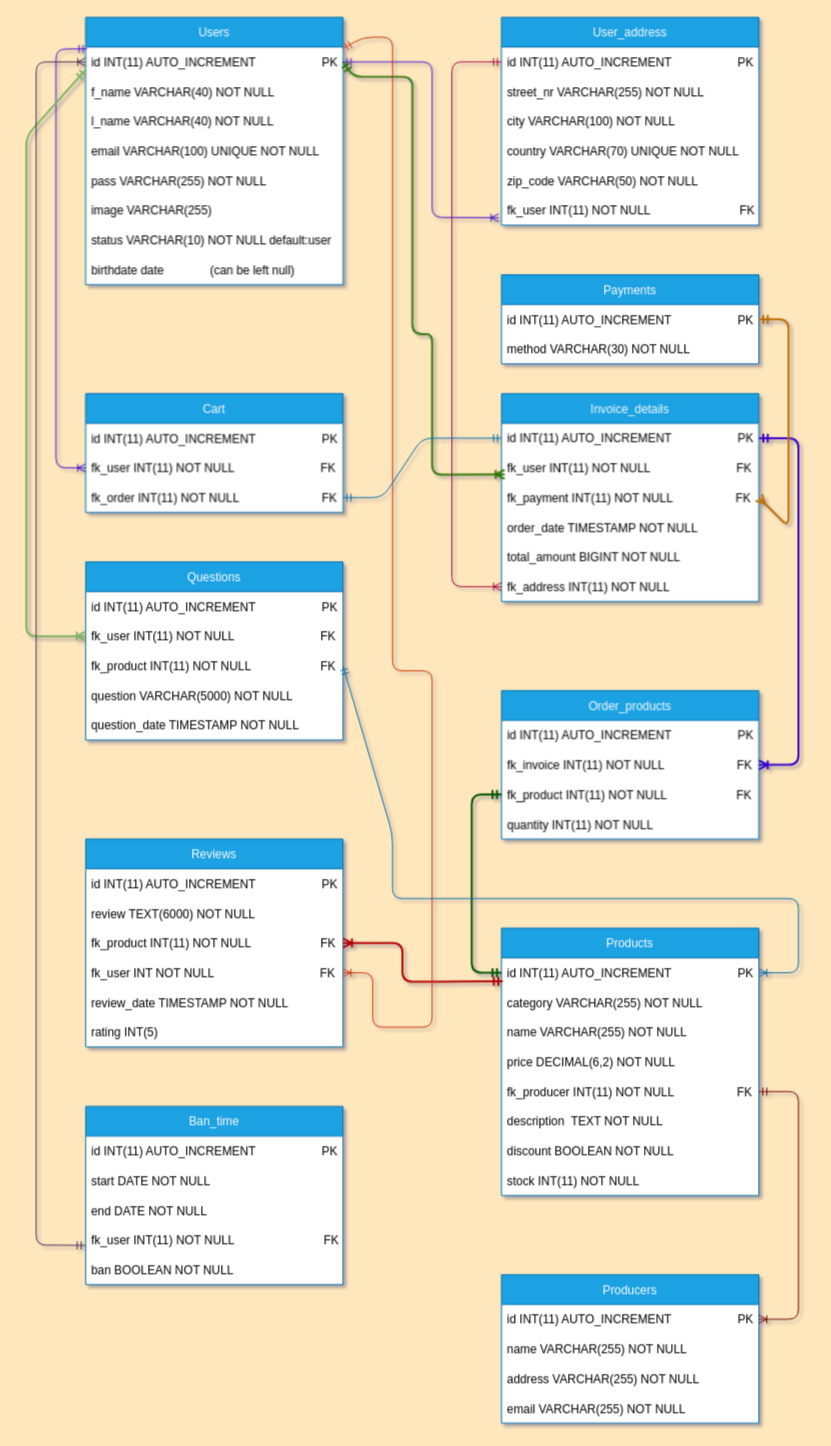
The draw.io diagram Convention/database.drawio in GHAZI-ALANZI/PHP-ECOMMIRCE, before the edit. Source tidied: cells renumbered, new cells numbered last; positions are measured from the earlier drawing's top-left corner, leaving out a move shared by most shapes. Both pictures are drawn from the tidied source at 99%, with x=0, y=0 at pixel (26, 17).
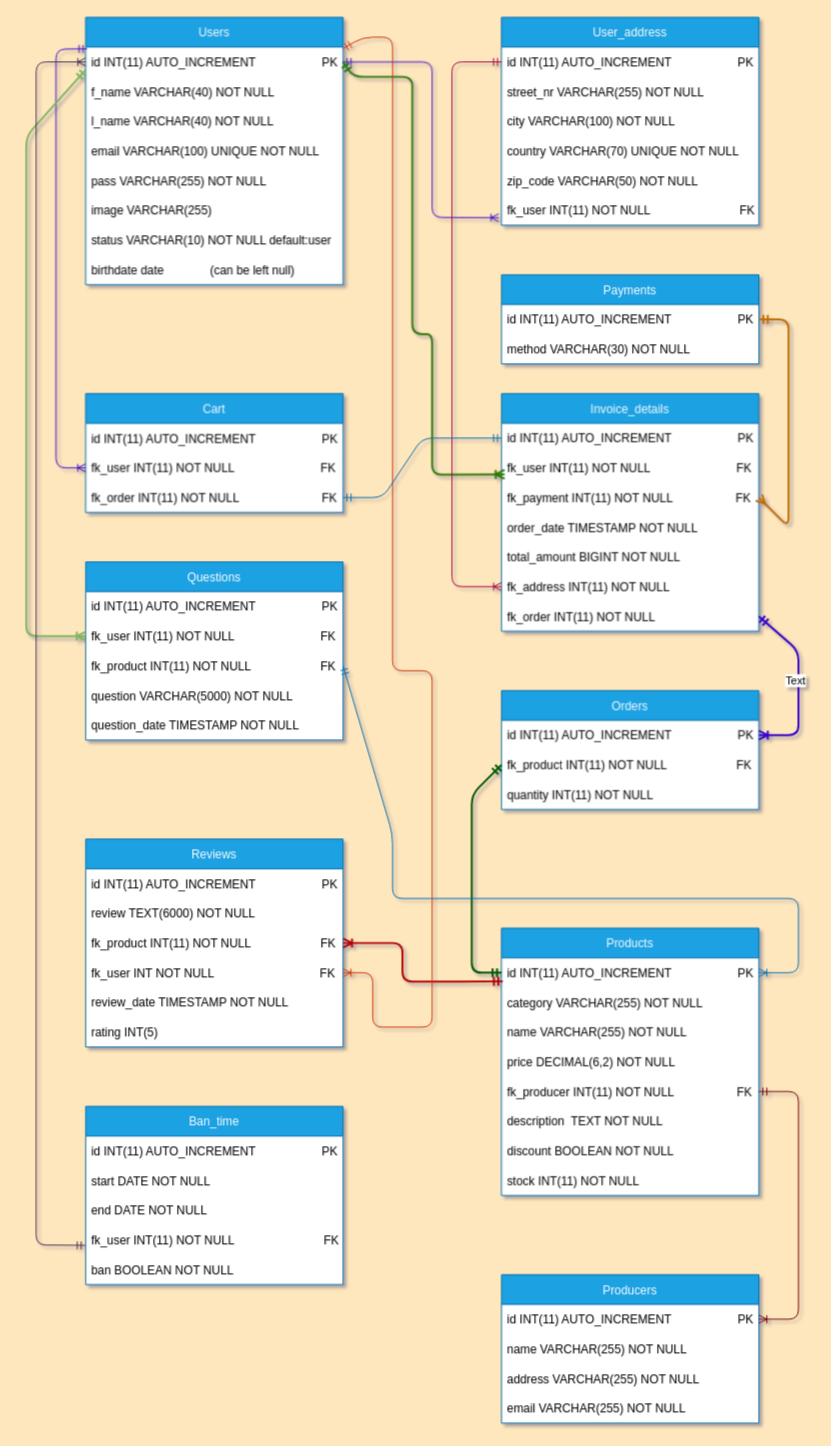
After the change.

The change refers to these unchanged cells:
```xml
<mxCell id="24" value="id INT(11) AUTO_INCREMENT                    PK" style="text;strokeColor=none;fillColor=none;align=left;verticalAlign=middle;spacingLeft=4;spacingRight=4;overflow=hidden;points=[[0,0.5],[1,0.5]];portConstraint=eastwest;" parent="23" vertex="1">
  <mxGeometry y="30" width="260" height="30" as="geometry" />
</mxCell>
<mxCell id="33" value="id INT(11) AUTO_INCREMENT                    PK" style="text;strokeColor=none;fillColor=none;align=left;verticalAlign=middle;spacingLeft=4;spacingRight=4;overflow=hidden;points=[[0,0.5],[1,0.5]];portConstraint=eastwest;" parent="32" vertex="1">
  <mxGeometry y="30" width="260" height="30" as="geometry" />
</mxCell>
```

Change to the diagram source:
```diff
@@
     <mxCell id="23" value="Invoice_details" style="swimlane;fontStyle=0;horizontal=1;startSize=30;swimlaneFillColor=default;fillColor=#1ba1e2;fontColor=#ffffff;strokeColor=#006EAF;" parent="1" vertex="1">
-      <mxGeometry x="480" y="380" width="260" height="210" as="geometry" />
+      <mxGeometry x="480" y="380" width="260" height="240" as="geometry" />
     </mxCell>
@@
+    <mxCell id="84" value="fk_order INT(11) NOT NULL " style="text;strokeColor=none;fillColor=none;align=left;verticalAlign=middle;spacingLeft=4;spacingRight=4;overflow=hidden;" parent="23" vertex="1">
+      <mxGeometry y="210" width="260" height="30" as="geometry" />
+    </mxCell>
@@
-    <mxCell id="32" value="Order_products" style="swimlane;fontStyle=0;horizontal=1;startSize=30;swimlaneFillColor=default;fillColor=#1ba1e2;fontColor=#ffffff;strokeColor=#006EAF;" parent="1" vertex="1">
-      <mxGeometry x="480" y="680" width="260" height="150" as="geometry" />
+    <mxCell id="32" value="Orders" style="swimlane;fontStyle=0;horizontal=1;startSize=30;swimlaneFillColor=default;fillColor=#1ba1e2;fontColor=#ffffff;strokeColor=#006EAF;" parent="1" vertex="1">
+      <mxGeometry x="480" y="680" width="260" height="120" as="geometry" />
     </mxCell>
@@
-    <mxCell id="34" value="fk_invoice INT(11) NOT NULL                      FK" style="text;strokeColor=none;fillColor=none;align=left;verticalAlign=middle;spacingLeft=4;spacingRight=4;overflow=hidden;points=[[0,0.5],[1,0.5]];portConstraint=eastwest;" parent="32" vertex="1">
-      <mxGeometry y="60" width="260" height="30" as="geometry" />
-    </mxCell>
     <mxCell id="35" value="fk_product INT(11) NOT NULL                     FK" style="text;strokeColor=none;fillColor=none;align=left;verticalAlign=middle;spacingLeft=4;spacingRight=4;overflow=hidden;points=[[0,0.5],[1,0.5]];portConstraint=eastwest;" parent="32" vertex="1">
-      <mxGeometry y="90" width="260" height="30" as="geometry" />
+      <mxGeometry y="60" width="260" height="30" as="geometry" />
     </mxCell>
     <mxCell id="36" value="quantity INT(11) NOT NULL  " style="text;strokeColor=none;fillColor=none;align=left;verticalAlign=middle;spacingLeft=4;spacingRight=4;overflow=hidden;" parent="32" vertex="1">
-      <mxGeometry y="120" width="260" height="30" as="geometry" />
+      <mxGeometry y="90" width="260" height="30" as="geometry" />
     </mxCell>
@@
-    <mxCell id="46" style="edgeStyle=none;html=1;exitX=1;exitY=0.5;exitDx=0;exitDy=0;entryX=1;entryY=0.5;entryDx=0;entryDy=0;startArrow=ERoneToMany;startFill=0;endArrow=ERmandOne;endFill=0;strokeWidth=2;fillColor=#6a00ff;strokeColor=#3700CC;" parent="1" edge="1" source="34" target="24">
+    <mxCell id="46" style="edgeStyle=none;html=1;exitX=1;exitY=0.5;exitDx=0;exitDy=0;startArrow=ERoneToMany;startFill=0;endArrow=ERmandOne;endFill=0;strokeWidth=2;fillColor=#6a00ff;strokeColor=#3700CC;" parent="1" edge="1" source="33">
       <mxGeometry relative="1" as="geometry">
+        <mxPoint x="740" y="605" as="targetPoint" />
         <Array as="points">
-          <mxPoint x="780" y="755" />
-          <mxPoint x="780" y="425" />
+          <mxPoint x="780" y="725" />
+          <mxPoint x="780" y="640" />
         </Array>
       </mxGeometry>
     </mxCell>
+    <mxCell id="85" value="Text" style="edgeLabel;html=1;align=center;verticalAlign=middle;" parent="46" vertex="1">
+      <mxGeometry x="0.08" y="4" relative="1" as="geometry" />
+    </mxCell>
```
